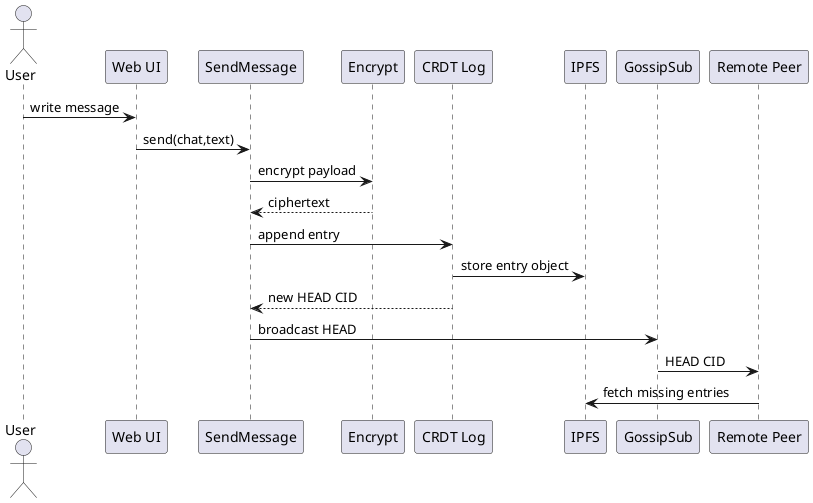
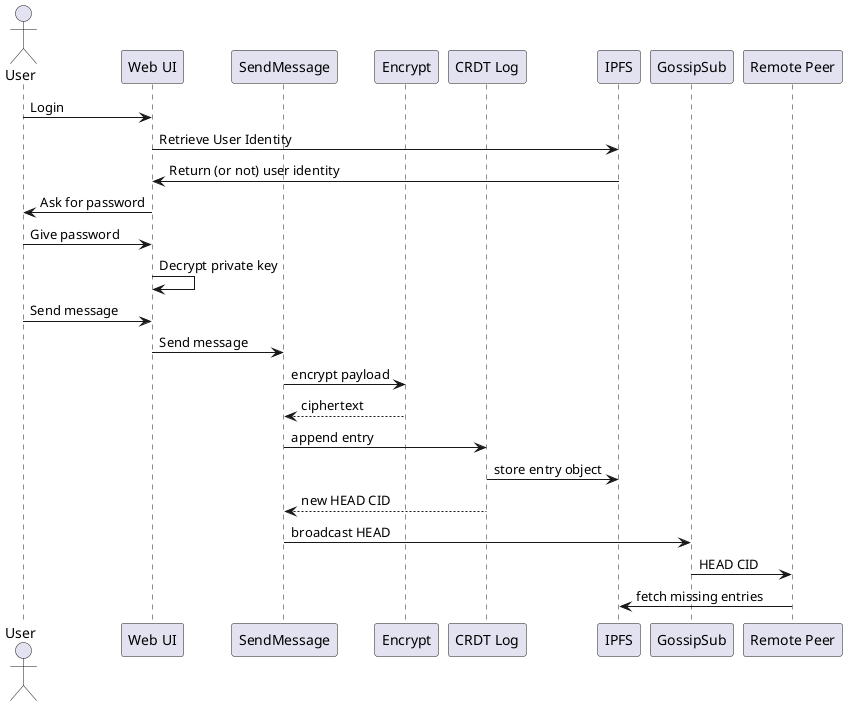
@startuml

actor User

participant "Web UI"
participant "SendMessage"
participant "Encrypt"
participant "CRDT Log"
participant "IPFS"
participant "GossipSub"
participant "Remote Peer"

- User -> "Web UI" : write message
+ User -> "Web UI" : Login
+ "Web UI" -> "IPFS" : Retrieve User Identity
+ "IPFS" -> "Web UI" : Return (or not) user identity

- "Web UI" -> "SendMessage" : send(chat,text)
+ "Web UI" -> "User" : Ask for password
+ 
+ User -> "Web UI" : Give password
+ 
+ "Web UI" -> "Web UI" : Decrypt private key
+ 
+ User -> "Web UI" : Send message
+ 
+ "Web UI" -> "SendMessage" : Send message

"SendMessage" -> "Encrypt" : encrypt payload

"Encrypt" --> "SendMessage" : ciphertext

"SendMessage" -> "CRDT Log" : append entry

"CRDT Log" -> "IPFS" : store entry object

"CRDT Log" --> "SendMessage" : new HEAD CID

"SendMessage" -> "GossipSub" : broadcast HEAD

"GossipSub" -> "Remote Peer" : HEAD CID

"Remote Peer" -> "IPFS" : fetch missing entries

- @enduml+ @enduml
